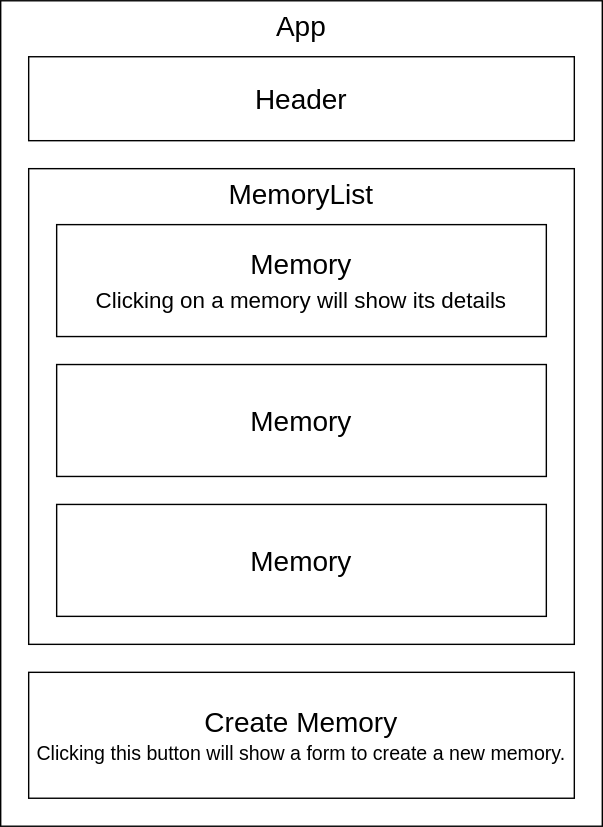
This is memory-lane-diagram.drawio.svg from besure94/memory-lane, a draw.io export, as it was before one commit. Source tidied: cells renumbered, new cells last; positions are measured from the earlier drawing's top-left corner, leaving out a move shared by most shapes.
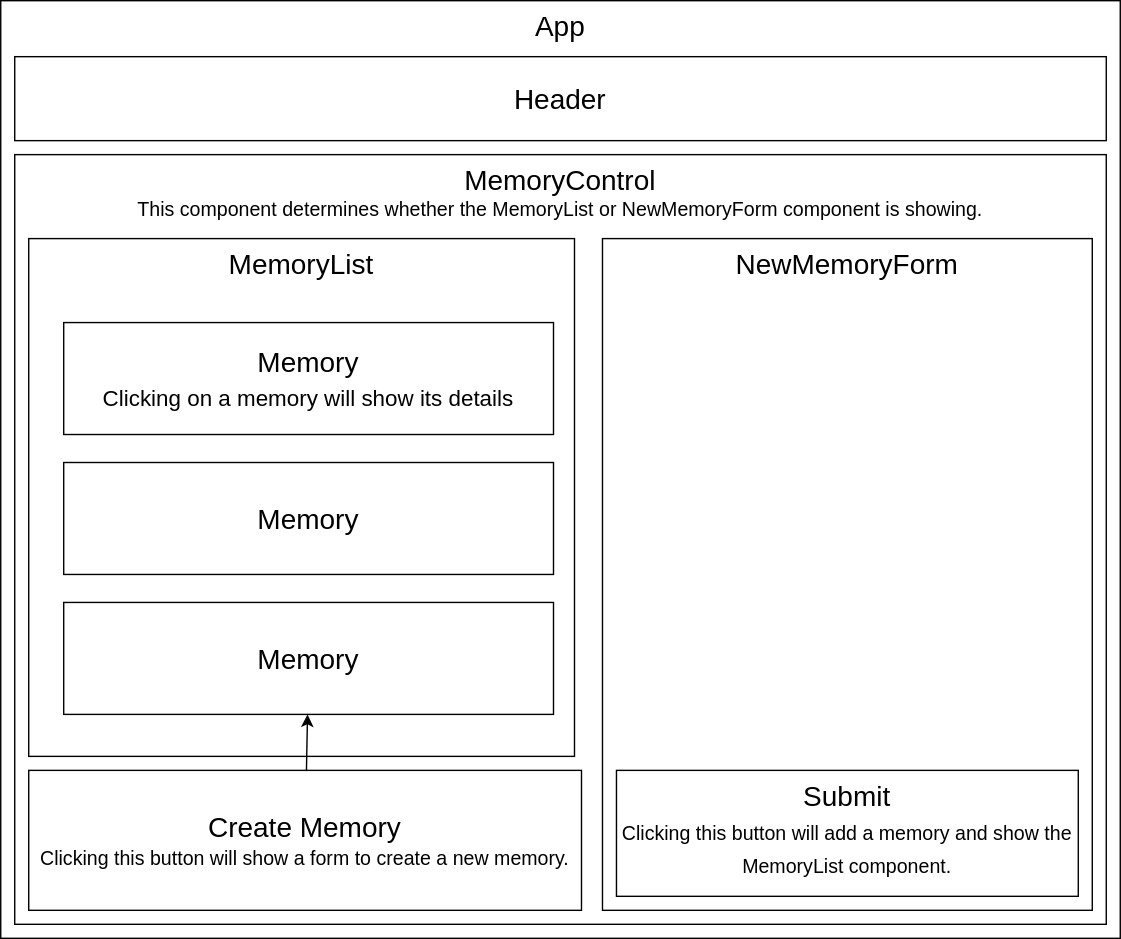
The same file after the commit.

Commit message:
Update diagram to show basic local state of application.

Change to the diagram source:
```diff
@@ -3,25 +3,37 @@
     <mxCell id="0" />
     <mxCell id="1" parent="0" />
     <mxCell id="2" value="&lt;font style=&quot;font-size: 20px;&quot;&gt;App&lt;/font&gt;" style="rounded=0;whiteSpace=wrap;html=1;verticalAlign=top;" parent="1" vertex="1">
-      <mxGeometry width="430" height="590" as="geometry" />
+      <mxGeometry width="800" height="670" as="geometry" />
     </mxCell>
+    <mxCell id="9" value="&lt;font style=&quot;font-size: 20px;&quot;&gt;MemoryControl&lt;br&gt;&lt;/font&gt;&lt;font style=&quot;font-size: 14px;&quot;&gt;This component determines whether the MemoryList or NewMemoryForm component is showing.&lt;/font&gt;" style="rounded=0;whiteSpace=wrap;html=1;fontSize=14;verticalAlign=top;" parent="1" vertex="1">
+      <mxGeometry x="10" y="110" width="780" height="550" as="geometry" />
+    </mxCell>
     <mxCell id="3" value="Header" style="rounded=0;whiteSpace=wrap;html=1;fontSize=20;" parent="1" vertex="1">
-      <mxGeometry x="20" y="40" width="390" height="60" as="geometry" />
+      <mxGeometry x="10" y="40" width="780" height="60" as="geometry" />
     </mxCell>
     <mxCell id="4" value="MemoryList" style="rounded=0;whiteSpace=wrap;html=1;fontSize=20;verticalAlign=top;" parent="1" vertex="1">
-      <mxGeometry x="20" y="120" width="390" height="340" as="geometry" />
+      <mxGeometry x="20" y="170" width="390" height="370" as="geometry" />
     </mxCell>
     <mxCell id="5" value="Memory&lt;br&gt;&lt;font style=&quot;font-size: 16px;&quot;&gt;Clicking on a memory will show its details&lt;/font&gt;" style="rounded=0;whiteSpace=wrap;html=1;fontSize=20;verticalAlign=middle;" parent="1" vertex="1">
-      <mxGeometry x="40" y="160" width="350" height="80" as="geometry" />
+      <mxGeometry x="45" y="230" width="350" height="80" as="geometry" />
     </mxCell>
     <mxCell id="6" value="Memory" style="rounded=0;whiteSpace=wrap;html=1;fontSize=20;" parent="1" vertex="1">
-      <mxGeometry x="40" y="260" width="350" height="80" as="geometry" />
+      <mxGeometry x="45" y="330" width="350" height="80" as="geometry" />
     </mxCell>
     <mxCell id="7" value="Memory" style="rounded=0;whiteSpace=wrap;html=1;fontSize=20;" parent="1" vertex="1">
-      <mxGeometry x="40" y="360" width="350" height="80" as="geometry" />
+      <mxGeometry x="45" y="430" width="350" height="80" as="geometry" />
     </mxCell>
+    <mxCell id="10" style="edgeStyle=none;html=1;fontSize=14;" parent="1" edge="1" source="8" target="7">
+      <mxGeometry relative="1" as="geometry" />
+    </mxCell>
     <mxCell id="8" value="&lt;font style=&quot;font-size: 20px;&quot;&gt;Create Memory&lt;br&gt;&lt;/font&gt;&lt;font style=&quot;font-size: 14px;&quot;&gt;Clicking this button will show a form to create a new memory.&lt;/font&gt;" style="rounded=0;whiteSpace=wrap;html=1;fontSize=16;" parent="1" vertex="1">
-      <mxGeometry x="20" y="480" width="390" height="90" as="geometry" />
+      <mxGeometry x="20" y="550" width="395" height="100" as="geometry" />
     </mxCell>
+    <mxCell id="11" value="&lt;font style=&quot;font-size: 20px;&quot;&gt;NewMemoryForm&lt;/font&gt;" style="rounded=0;whiteSpace=wrap;html=1;fontSize=14;verticalAlign=top;" parent="1" vertex="1">
+      <mxGeometry x="430" y="170" width="350" height="480" as="geometry" />
+    </mxCell>
+    <mxCell id="12" value="Submit&lt;br style=&quot;font-size: 19px;&quot;&gt;&lt;font style=&quot;font-size: 14px;&quot;&gt;Clicking this button will add a memory and show the MemoryList component.&lt;/font&gt;" style="rounded=0;whiteSpace=wrap;html=1;fontSize=20;verticalAlign=top;" parent="1" vertex="1">
+      <mxGeometry x="440" y="550" width="330" height="90" as="geometry" />
+    </mxCell>
   </root>
 </mxGraphModel>
```
